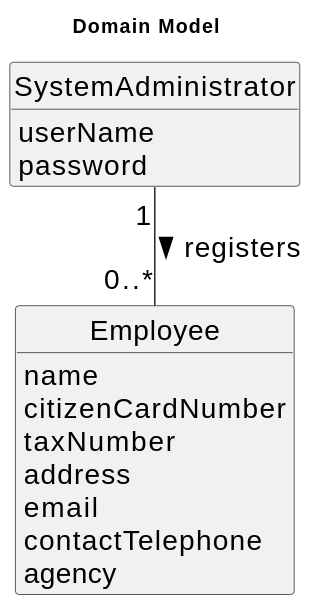
Earlier version of the PlantUML export docs/sprintA/us003/02.analysis/svg/us003-domain-model.svg (Goncalves2525/real-estate-management-system).
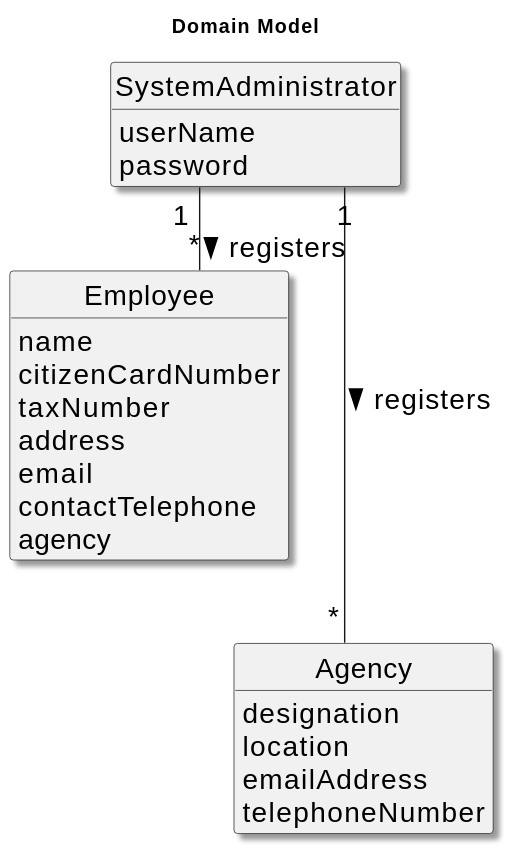
Above is the later version.

Diff of the diagram source:
```diff
@@ -2,7 +2,8 @@
 skinparamlocked defaultFontSize 20
 skinparam monochrome true
 skinparam packageStyle rectangle
-skinparam shadowing false
+skinparam shadowing true
+skinparam linetype ortho
 
 
 skinparam classAttributeIconSize 0
@@ -28,5 +29,14 @@
     agency
 }
 
-SystemAdministrator "1" -- "0..*" Employee : registers >
+class Agency{
+    designation
+    location
+    emailAddress
+    telephoneNumber
+
+}
+
+SystemAdministrator "1" -- "*" Employee : registers >
+SystemAdministrator "1" --- "*" Agency : registers >
 @enduml
```
